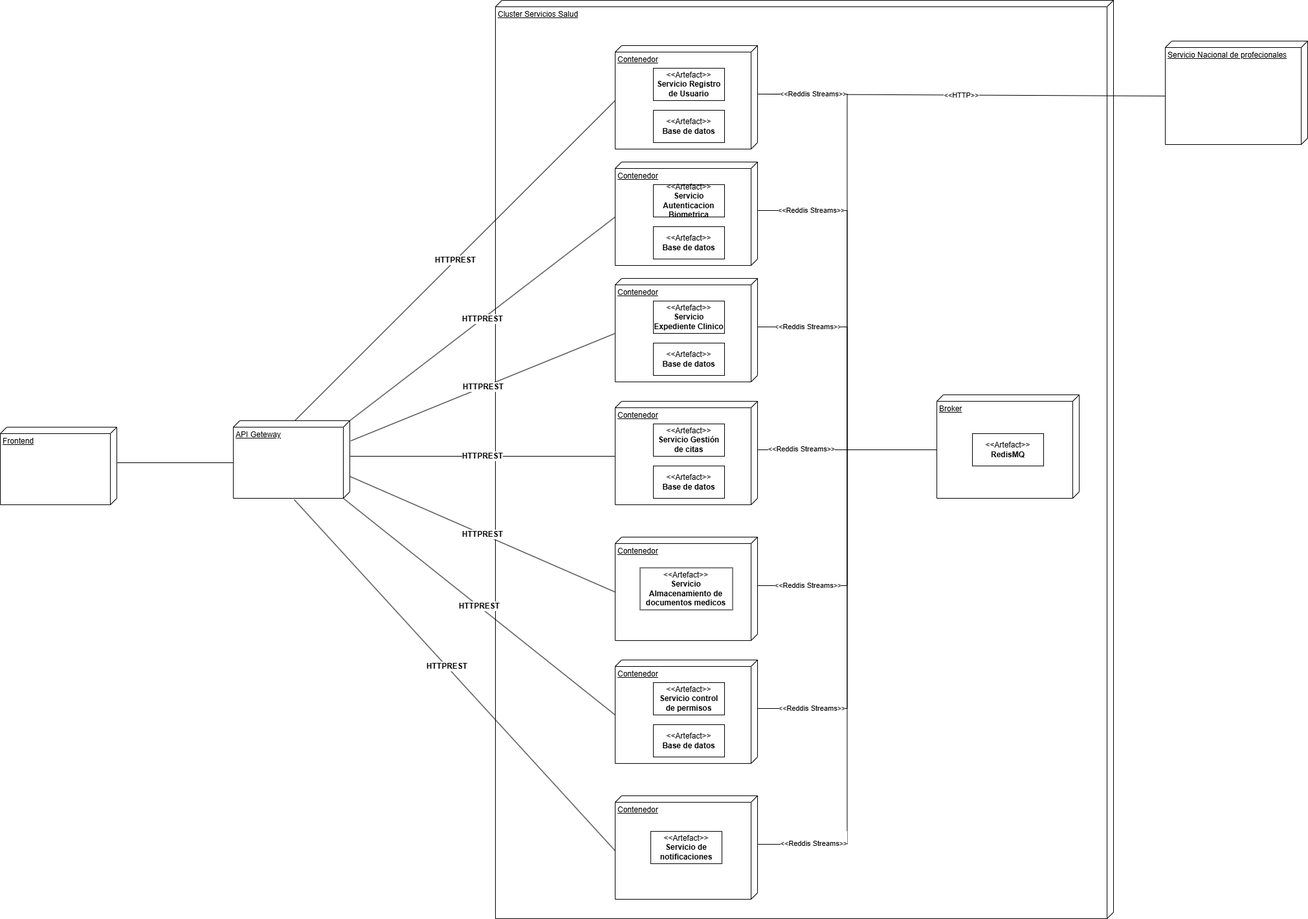
Before: diagramas/despliegue.png, a diagram exported from draw.io (esdrasCopado/ProyectoDistibuidos). Source tidied: cells renumbered, new cells last; positions are measured from the earlier drawing's top-left corner, leaving out a move shared by most shapes.
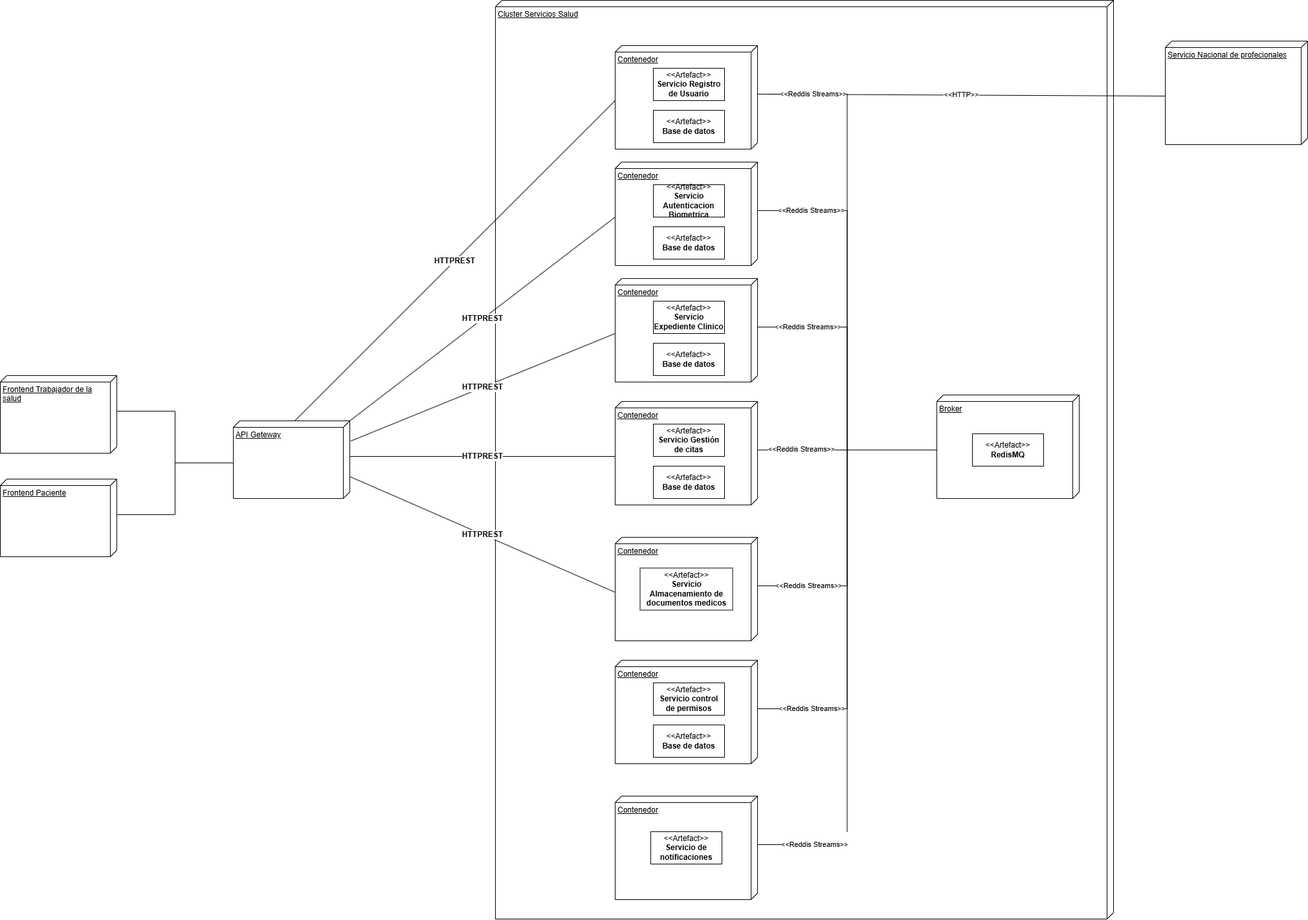
After the commit.

Change to the diagram source:
```diff
@@ -83,8 +83,8 @@
     <mxCell id="28" value="&amp;lt;&amp;lt;Artefact&amp;gt;&amp;gt;&lt;div&gt;&lt;b&gt;Base de datos&lt;/b&gt;&lt;/div&gt;" style="html=1;whiteSpace=wrap;" parent="25" vertex="1">
       <mxGeometry x="59" y="100" width="110" height="50" as="geometry" />
     </mxCell>
-    <mxCell id="29" value="Frontend" style="verticalAlign=top;align=left;spacingTop=8;spacingLeft=2;spacingRight=12;shape=cube;size=10;direction=south;fontStyle=4;html=1;whiteSpace=wrap;" parent="1" vertex="1">
-      <mxGeometry y="660" width="180" height="120" as="geometry" />
+    <mxCell id="29" value="Frontend Trabajador de la salud" style="verticalAlign=top;align=left;spacingTop=8;spacingLeft=2;spacingRight=12;shape=cube;size=10;direction=south;fontStyle=4;html=1;whiteSpace=wrap;" parent="1" vertex="1">
+      <mxGeometry y="580" width="180" height="120" as="geometry" />
     </mxCell>
     <mxCell id="30" value="API Geteway" style="verticalAlign=top;align=left;spacingTop=8;spacingLeft=2;spacingRight=12;shape=cube;size=10;direction=south;fontStyle=4;html=1;whiteSpace=wrap;" parent="1" vertex="1">
       <mxGeometry x="360" y="650" width="180" height="120" as="geometry" />
@@ -104,12 +104,6 @@
     <mxCell id="35" value="&lt;font style=&quot;font-size: 12px;&quot;&gt;&lt;b&gt;HTTPREST&lt;/b&gt;&lt;/font&gt;" style="endArrow=none;html=1;rounded=0;exitX=0.717;exitY=0.001;exitDx=0;exitDy=0;exitPerimeter=0;entryX=0;entryY=0;entryDx=85;entryDy=220;entryPerimeter=0;" parent="1" edge="1" source="30" target="11">
       <mxGeometry relative="1" as="geometry" />
     </mxCell>
-    <mxCell id="36" value="&lt;font style=&quot;font-size: 12px;&quot;&gt;&lt;b&gt;HTTPREST&lt;/b&gt;&lt;/font&gt;" style="endArrow=none;html=1;rounded=0;exitX=0;exitY=0;exitDx=120;exitDy=10;exitPerimeter=0;entryX=0;entryY=0;entryDx=85;entryDy=220;entryPerimeter=0;" parent="1" edge="1" source="30" target="7">
-      <mxGeometry relative="1" as="geometry" />
-    </mxCell>
-    <mxCell id="37" value="&lt;b&gt;&lt;font style=&quot;font-size: 12px;&quot;&gt;HTTPREST&lt;/font&gt;&lt;/b&gt;" style="endArrow=none;html=1;rounded=0;exitX=1.016;exitY=0.478;exitDx=0;exitDy=0;exitPerimeter=0;entryX=0;entryY=0;entryDx=85;entryDy=220;entryPerimeter=0;" parent="1" edge="1" source="30" target="4">
-      <mxGeometry x="-0.05" relative="1" as="geometry" />
-    </mxCell>
     <mxCell id="38" style="edgeStyle=orthogonalEdgeStyle;rounded=0;jettySize=auto;html=1;exitX=0;exitY=0;exitDx=55;exitDy=0;exitPerimeter=0;entryX=0;entryY=0;entryDx=65;entryDy=180;entryPerimeter=0;endArrow=none;startFill=0;" parent="1" edge="1" source="29" target="30">
       <mxGeometry relative="1" as="geometry" />
     </mxCell>
@@ -152,5 +146,11 @@
     <mxCell id="51" value="&#10;&lt;span style=&quot;color: rgb(0, 0, 0); font-family: Helvetica; font-size: 11px; font-style: normal; font-variant-ligatures: normal; font-variant-caps: normal; font-weight: 400; letter-spacing: normal; orphans: 2; text-align: center; text-indent: 0px; text-transform: none; widows: 2; word-spacing: 0px; -webkit-text-stroke-width: 0px; white-space: nowrap; background-color: rgb(255, 255, 255); text-decoration-thickness: initial; text-decoration-style: initial; text-decoration-color: initial; display: inline !important; float: none;&quot;&gt;&amp;lt;&amp;lt;Reddis Streams&amp;gt;&amp;gt;&lt;/span&gt;&#10;&#10;" style="edgeStyle=orthogonalEdgeStyle;rounded=0;jettySize=auto;html=1;exitX=0;exitY=0;exitDx=75;exitDy=0;exitPerimeter=0;entryX=0;entryY=0;entryDx=85;entryDy=220;entryPerimeter=0;endArrow=none;startFill=0;spacingBottom=-3;" parent="1" edge="1" source="4" target="43">
       <mxGeometry x="-0.8" y="-5" relative="1" as="geometry" />
     </mxCell>
+    <mxCell id="52" value="Frontend Paciente" style="verticalAlign=top;align=left;spacingTop=8;spacingLeft=2;spacingRight=12;shape=cube;size=10;direction=south;fontStyle=4;html=1;whiteSpace=wrap;" parent="1" vertex="1">
+      <mxGeometry y="740" width="180" height="120" as="geometry" />
+    </mxCell>
+    <mxCell id="53" style="edgeStyle=orthogonalEdgeStyle;rounded=0;jettySize=auto;html=1;exitX=0;exitY=0;exitDx=55;exitDy=0;exitPerimeter=0;entryX=0;entryY=0;entryDx=65;entryDy=180;entryPerimeter=0;endArrow=none;startFill=0;" parent="1" edge="1" source="52" target="30">
+      <mxGeometry relative="1" as="geometry" />
+    </mxCell>
   </root>
 </mxGraphModel>
```
